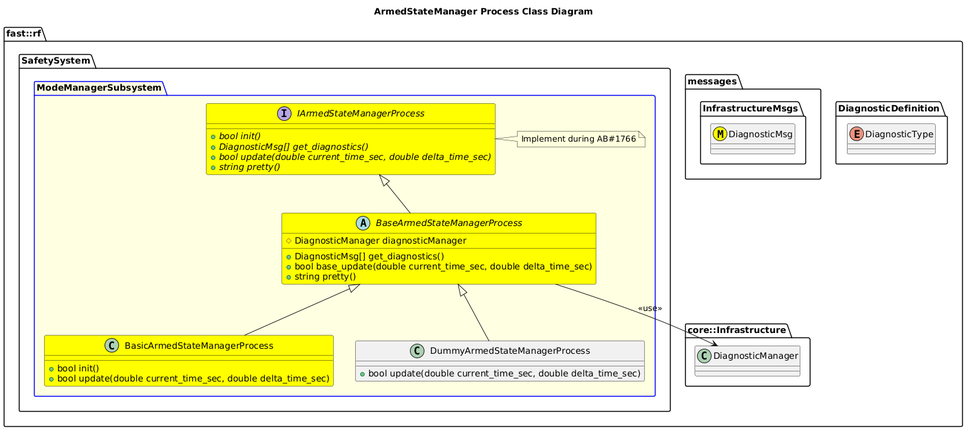
Above: Systems/Safety/Subsystems/ModeManager/Processes/ArmedStateManager/doc/puml/ArmedStateManagerProcessClassDiagram.png in fastrobotics/robot_framework (PlantUML), before the change.
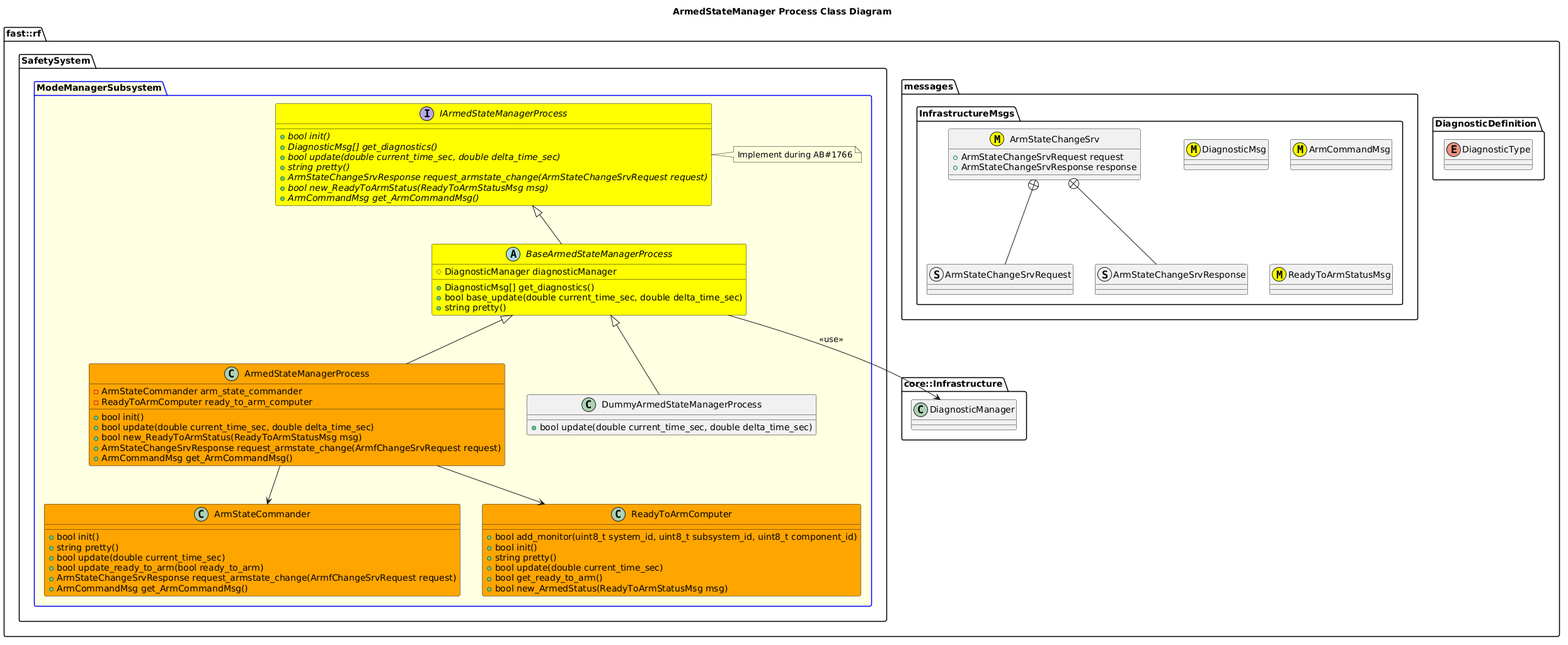
After the change.

The edit, as a diff of the source:
```diff
@@ -8,6 +8,16 @@
   namespace messages {
     namespace InfrastructureMsgs {
       class DiagnosticMsg <<(M,#FFFF00)>>
+      class ArmCommandMsg <<(M,#FFFF00)>>
+      class ReadyToArmStatusMsg <<(M,#FFFF00)>>
+      struct ArmStateChangeSrvRequest
+      struct ArmStateChangeSrvResponse
+      class ArmStateChangeSrv <<(M,#FFFF00)>>  {
+          +ArmStateChangeSrvRequest request
+          +ArmStateChangeSrvResponse response
+      }
+      ArmStateChangeSrv +-- ArmStateChangeSrvRequest
+      ArmStateChangeSrv +-- ArmStateChangeSrvResponse
     }
   }
   namespace core::Infrastructure {
@@ -15,11 +25,30 @@
   }
   namespace SafetySystem {
     package ModeManagerSubsystem #LightYellow;line:blue {
+        class ArmStateCommander #Orange {
+            +bool init()
+            +string pretty()
+            +bool update(double current_time_sec)
+            +bool update_ready_to_arm(bool ready_to_arm)
+            +ArmStateChangeSrvResponse request_armstate_change(ArmfChangeSrvRequest request)
+            +ArmCommandMsg get_ArmCommandMsg()
+        }
+        class ReadyToArmComputer #Orange {
+            +bool add_monitor(uint8_t system_id, uint8_t subsystem_id, uint8_t component_id)
+            +bool init()
+            +string pretty()
+            +bool update(double current_time_sec)
+            +bool get_ready_to_arm()
+            +bool new_ArmedStatus(ReadyToArmStatusMsg msg)
+        }
         interface IArmedStateManagerProcess #Yellow {
           +{abstract} bool init()
           +{abstract} DiagnosticMsg[] get_diagnostics()
           +{abstract} bool update(double current_time_sec, double delta_time_sec)
           +{abstract} string pretty()
+          +{abstract} ArmStateChangeSrvResponse request_armstate_change(ArmStateChangeSrvRequest request)
+          +{abstract} bool new_ReadyToArmStatus(ReadyToArmStatusMsg msg)
+          +{abstract} ArmCommandMsg get_ArmCommandMsg()
         }
         note right of IArmedStateManagerProcess
         Implement during AB#1766
@@ -33,11 +62,18 @@
         }
         BaseArmedStateManagerProcess -up-|> IArmedStateManagerProcess
         BaseArmedStateManagerProcess --> DiagnosticManager: <<use>>
-        class BasicArmedStateManagerProcess #Yellow {
+        class ArmedStateManagerProcess #Orange {
           +bool init()
           +bool update(double current_time_sec, double delta_time_sec)
+          +bool new_ReadyToArmStatus(ReadyToArmStatusMsg msg)
+          +ArmStateChangeSrvResponse request_armstate_change(ArmfChangeSrvRequest request)
+          +ArmCommandMsg get_ArmCommandMsg()
+          -ArmStateCommander arm_state_commander
+          -ReadyToArmComputer ready_to_arm_computer
         }
-        BasicArmedStateManagerProcess -up-|> BaseArmedStateManagerProcess
+        ArmedStateManagerProcess -up-|> BaseArmedStateManagerProcess
+        ArmedStateManagerProcess --> ArmStateCommander
+        ArmedStateManagerProcess --> ReadyToArmComputer
         class DummyArmedStateManagerProcess  {
           +bool update(double current_time_sec, double delta_time_sec)
         }
```
